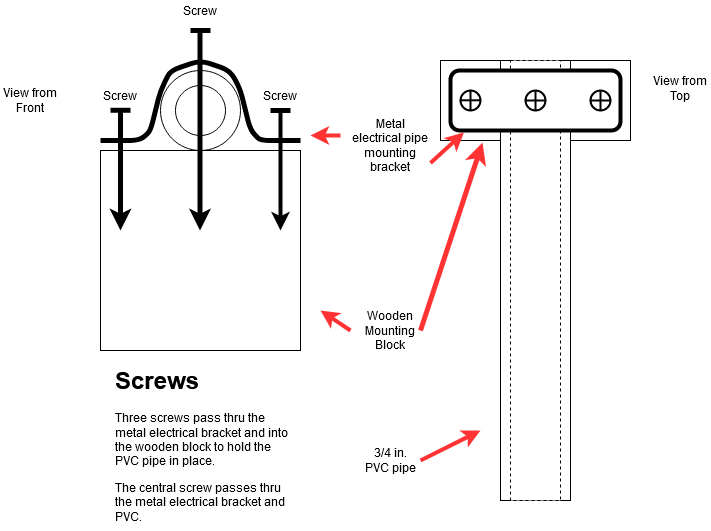
The draw.io diagram images/pvcAttachmentToWoodMountingBlock.png in TrackerLounge/LittleWing, before a commit. Source tidied: cells renumbered, new cells last; positions are measured from the earlier drawing's top-left corner, leaving out a move shared by most shapes. Source of this version:
```xml
<mxGraphModel>
  <root>
    <mxCell id="0" />
    <mxCell id="1" parent="0" />
    <mxCell id="2" style="ellipse;whiteSpace=wrap;html=1;" parent="1" vertex="1">
      <mxGeometry x="160" y="70" width="80" height="80" as="geometry" />
    </mxCell>
    <mxCell id="3" style="ellipse;whiteSpace=wrap;html=1;" parent="1" vertex="1">
      <mxGeometry x="175" y="85" width="50" height="50" as="geometry" />
    </mxCell>
    <mxCell id="4" style="whiteSpace=wrap;html=1;" parent="1" vertex="1">
      <mxGeometry x="100" y="150" width="200" height="200" as="geometry" />
    </mxCell>
    <mxCell id="5" style="endArrow=none;html=1;strokeWidth=5;" parent="1" edge="1">
      <mxGeometry relative="1" as="geometry">
        <mxPoint x="100" y="140" as="sourcePoint" />
        <mxPoint x="300" y="140" as="targetPoint" />
        <Array as="points">
          <mxPoint x="140" y="140" />
          <mxPoint x="150" y="130" />
          <mxPoint x="160" y="90" />
          <mxPoint x="170" y="70" />
          <mxPoint x="200" y="60" />
          <mxPoint x="230" y="70" />
          <mxPoint x="240" y="90" />
          <mxPoint x="250" y="130" />
          <mxPoint x="260" y="140" />
        </Array>
      </mxGeometry>
    </mxCell>
    <mxCell id="6" style="endArrow=classic;html=1;strokeWidth=4;" parent="1" edge="1">
      <mxGeometry relative="1" as="geometry">
        <mxPoint x="280" y="110" as="sourcePoint" />
        <mxPoint x="280" y="230" as="targetPoint" />
      </mxGeometry>
    </mxCell>
    <mxCell id="7" style="endArrow=classic;html=1;strokeWidth=5;" parent="1" edge="1">
      <mxGeometry relative="1" as="geometry">
        <mxPoint x="120" y="110" as="sourcePoint" />
        <mxPoint x="120" y="230" as="targetPoint" />
      </mxGeometry>
    </mxCell>
    <mxCell id="8" style="endArrow=classic;html=1;strokeWidth=5;" parent="1" edge="1">
      <mxGeometry relative="1" as="geometry">
        <mxPoint x="199.5" y="30" as="sourcePoint" />
        <mxPoint x="199.5" y="230" as="targetPoint" />
      </mxGeometry>
    </mxCell>
    <mxCell id="9" value="&lt;h1&gt;Screws&lt;br&gt;&lt;/h1&gt;&lt;p&gt;Three screws pass thru the metal electrical bracket and into the wooden block to hold the PVC pipe in place.&lt;/p&gt;&lt;p&gt;The central screw passes thru the metal electrical bracket and PVC.&lt;br&gt;&lt;/p&gt;" style="text;html=1;strokeColor=none;fillColor=none;spacing=5;spacingTop=-20;whiteSpace=wrap;overflow=hidden;rounded=0;" parent="1" vertex="1">
      <mxGeometry x="110" y="360" width="190" height="170" as="geometry" />
    </mxCell>
    <mxCell id="10" style="rounded=0;whiteSpace=wrap;html=1;" parent="1" vertex="1">
      <mxGeometry x="440" y="60" width="190" height="80" as="geometry" />
    </mxCell>
    <mxCell id="11" style="rounded=0;whiteSpace=wrap;html=1;" parent="1" vertex="1">
      <mxGeometry x="500" y="60" width="70" height="440" as="geometry" />
    </mxCell>
    <mxCell id="12" style="rounded=0;whiteSpace=wrap;html=1;strokeWidth=1;dashed=1;" parent="1" vertex="1">
      <mxGeometry x="510" y="60" width="50" height="440" as="geometry" />
    </mxCell>
    <mxCell id="13" style="rounded=1;whiteSpace=wrap;html=1;strokeWidth=4;" parent="1" vertex="1">
      <mxGeometry x="450" y="70" width="170" height="60" as="geometry" />
    </mxCell>
    <mxCell id="14" style="endArrow=classic;html=1;strokeWidth=4;strokeColor=#FF3333;" parent="1" edge="1">
      <mxGeometry relative="1" as="geometry">
        <mxPoint x="350" y="330" as="sourcePoint" />
        <mxPoint x="320" y="310" as="targetPoint" />
      </mxGeometry>
    </mxCell>
    <mxCell id="15" value="&lt;div&gt;Wooden &lt;br&gt;&lt;/div&gt;&lt;div&gt;Mounting Block&lt;br&gt;&lt;/div&gt;" style="text;html=1;strokeColor=none;fillColor=none;align=center;verticalAlign=middle;whiteSpace=wrap;rounded=0;dashed=1;" parent="1" vertex="1">
      <mxGeometry x="360" y="310" width="60" height="40" as="geometry" />
    </mxCell>
    <mxCell id="16" style="endArrow=classic;html=1;strokeColor=#FF3333;strokeWidth=4;exitX=1;exitY=0.5;exitDx=0;exitDy=0;" parent="1" edge="1" source="17">
      <mxGeometry relative="1" as="geometry">
        <mxPoint x="480" y="430" as="targetPoint" />
      </mxGeometry>
    </mxCell>
    <mxCell id="17" value="3/4 in. PVC pipe" style="text;html=1;strokeColor=none;fillColor=none;align=center;verticalAlign=middle;whiteSpace=wrap;rounded=0;dashed=1;" parent="1" vertex="1">
      <mxGeometry x="360" y="440" width="60" height="40" as="geometry" />
    </mxCell>
    <mxCell id="18" style="endArrow=classic;html=1;strokeColor=#FF3333;strokeWidth=4;" parent="1" edge="1">
      <mxGeometry relative="1" as="geometry">
        <mxPoint x="340" y="135" as="sourcePoint" />
        <mxPoint x="310" y="135" as="targetPoint" />
      </mxGeometry>
    </mxCell>
    <mxCell id="19" value="Metal electrical pipe mounting bracket" style="text;html=1;strokeColor=none;fillColor=none;align=center;verticalAlign=middle;whiteSpace=wrap;rounded=0;dashed=1;" parent="1" vertex="1">
      <mxGeometry x="350" y="110" width="80" height="70" as="geometry" />
    </mxCell>
    <mxCell id="20" style="endArrow=classic;html=1;strokeColor=#FF3333;strokeWidth=4;entryX=0.079;entryY=1.032;entryDx=0;entryDy=0;entryPerimeter=0;exitX=1;exitY=0.75;exitDx=0;exitDy=0;" parent="1" edge="1" source="19" target="13">
      <mxGeometry relative="1" as="geometry" />
    </mxCell>
    <mxCell id="21" style="ellipse;whiteSpace=wrap;html=1;strokeWidth=2;" parent="1" vertex="1">
      <mxGeometry x="460" y="90" width="20" height="20" as="geometry" />
    </mxCell>
    <mxCell id="22" style="ellipse;whiteSpace=wrap;html=1;strokeWidth=2;" parent="1" vertex="1">
      <mxGeometry x="590" y="90" width="20" height="20" as="geometry" />
    </mxCell>
    <mxCell id="23" style="ellipse;whiteSpace=wrap;html=1;strokeWidth=2;" parent="1" vertex="1">
      <mxGeometry x="525" y="90" width="20" height="20" as="geometry" />
    </mxCell>
    <mxCell id="24" style="endArrow=none;html=1;strokeColor=#000000;strokeWidth=2;" parent="1" edge="1">
      <mxGeometry relative="1" as="geometry">
        <mxPoint x="460" y="99.8" as="sourcePoint" />
        <mxPoint x="480" y="99.8" as="targetPoint" />
      </mxGeometry>
    </mxCell>
    <mxCell id="25" style="endArrow=none;html=1;strokeColor=#000000;strokeWidth=2;exitX=0;exitY=0.5;exitDx=0;exitDy=0;entryX=1;entryY=0.5;entryDx=0;entryDy=0;" parent="1" edge="1" source="23" target="23">
      <mxGeometry relative="1" as="geometry" />
    </mxCell>
    <mxCell id="26" style="endArrow=none;html=1;strokeColor=#000000;strokeWidth=2;entryX=1;entryY=0.5;entryDx=0;entryDy=0;exitX=0;exitY=0.5;exitDx=0;exitDy=0;" parent="1" edge="1" source="22" target="22">
      <mxGeometry relative="1" as="geometry" />
    </mxCell>
    <mxCell id="27" style="endArrow=none;html=1;strokeColor=#000000;strokeWidth=2;entryX=0.5;entryY=0;entryDx=0;entryDy=0;exitX=0.5;exitY=1;exitDx=0;exitDy=0;" parent="1" edge="1" source="21" target="21">
      <mxGeometry relative="1" as="geometry" />
    </mxCell>
    <mxCell id="28" style="endArrow=none;html=1;strokeColor=#000000;strokeWidth=2;entryX=0.5;entryY=0;entryDx=0;entryDy=0;exitX=0.5;exitY=1;exitDx=0;exitDy=0;" parent="1" edge="1" source="23" target="23">
      <mxGeometry relative="1" as="geometry" />
    </mxCell>
    <mxCell id="29" style="endArrow=none;html=1;strokeColor=#000000;strokeWidth=2;entryX=0.5;entryY=0;entryDx=0;entryDy=0;exitX=0.5;exitY=1;exitDx=0;exitDy=0;" parent="1" edge="1" source="22" target="22">
      <mxGeometry relative="1" as="geometry" />
    </mxCell>
    <mxCell id="30" style="endArrow=none;html=1;strokeColor=#000000;strokeWidth=5;" parent="1" edge="1">
      <mxGeometry relative="1" as="geometry">
        <mxPoint x="110" y="109.8" as="sourcePoint" />
        <mxPoint x="130" y="109.8" as="targetPoint" />
      </mxGeometry>
    </mxCell>
    <mxCell id="31" style="endArrow=none;html=1;strokeColor=#000000;strokeWidth=5;" parent="1" edge="1">
      <mxGeometry relative="1" as="geometry">
        <mxPoint x="190" y="30" as="sourcePoint" />
        <mxPoint x="210" y="30" as="targetPoint" />
      </mxGeometry>
    </mxCell>
    <mxCell id="32" style="endArrow=none;html=1;strokeColor=#000000;strokeWidth=5;" parent="1" edge="1">
      <mxGeometry relative="1" as="geometry">
        <mxPoint x="270" y="110" as="sourcePoint" />
        <mxPoint x="290" y="110" as="targetPoint" />
      </mxGeometry>
    </mxCell>
    <mxCell id="33" value="View from Front" style="text;html=1;strokeColor=none;fillColor=none;align=center;verticalAlign=middle;whiteSpace=wrap;rounded=0;" parent="1" vertex="1">
      <mxGeometry y="75" width="60" height="50" as="geometry" />
    </mxCell>
    <mxCell id="34" value="&lt;div&gt;View from &lt;br&gt;&lt;/div&gt;&lt;div&gt;Top&lt;/div&gt;&lt;div&gt;&lt;br&gt;&lt;/div&gt;" style="text;html=1;strokeColor=none;fillColor=none;align=center;verticalAlign=middle;whiteSpace=wrap;rounded=0;" parent="1" vertex="1">
      <mxGeometry x="650" y="70" width="60" height="50" as="geometry" />
    </mxCell>
    <mxCell id="35" value="Screw" style="text;html=1;strokeColor=none;fillColor=none;align=center;verticalAlign=middle;whiteSpace=wrap;rounded=0;" parent="1" vertex="1">
      <mxGeometry x="180" width="40" height="20" as="geometry" />
    </mxCell>
    <mxCell id="36" value="Screw" style="text;html=1;strokeColor=none;fillColor=none;align=center;verticalAlign=middle;whiteSpace=wrap;rounded=0;" parent="1" vertex="1">
      <mxGeometry x="100" y="85" width="40" height="20" as="geometry" />
    </mxCell>
    <mxCell id="37" value="Screw" style="text;html=1;strokeColor=none;fillColor=none;align=center;verticalAlign=middle;whiteSpace=wrap;rounded=0;" parent="1" vertex="1">
      <mxGeometry x="260" y="85" width="40" height="20" as="geometry" />
    </mxCell>
    <mxCell id="38" style="endArrow=classic;html=1;strokeColor=#FF3333;strokeWidth=5;exitX=1;exitY=0.5;exitDx=0;exitDy=0;entryX=0.221;entryY=1.025;entryDx=0;entryDy=0;entryPerimeter=0;" parent="1" edge="1" source="15" target="10">
      <mxGeometry relative="1" as="geometry" />
    </mxCell>
  </root>
</mxGraphModel>
```
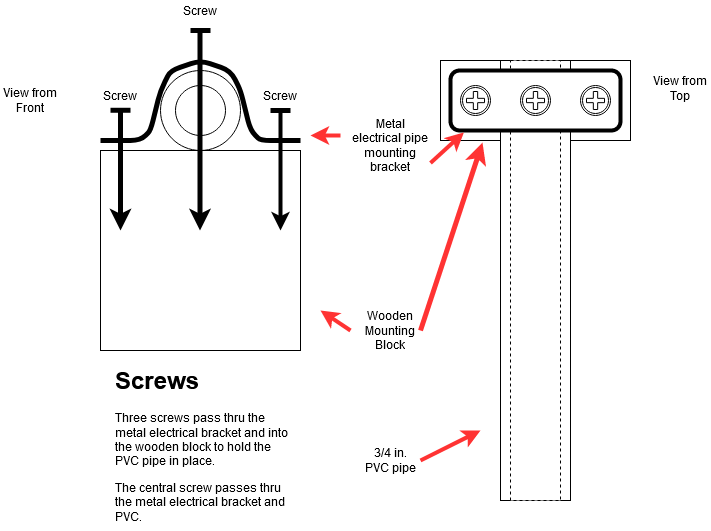
Later version of the same file.

What changed in the source:
```diff
@@ -90,71 +90,50 @@
     <mxCell id="20" style="endArrow=classic;html=1;strokeColor=#FF3333;strokeWidth=4;entryX=0.079;entryY=1.032;entryDx=0;entryDy=0;entryPerimeter=0;exitX=1;exitY=0.75;exitDx=0;exitDy=0;" parent="1" edge="1" source="19" target="13">
       <mxGeometry relative="1" as="geometry" />
     </mxCell>
-    <mxCell id="21" style="ellipse;whiteSpace=wrap;html=1;strokeWidth=2;" parent="1" vertex="1">
-      <mxGeometry x="460" y="90" width="20" height="20" as="geometry" />
+    <mxCell id="21" style="endArrow=none;html=1;strokeColor=#000000;strokeWidth=5;" parent="1" edge="1">
+      <mxGeometry relative="1" as="geometry">
+        <mxPoint x="110" y="109.8" as="sourcePoint" />
+        <mxPoint x="130" y="109.8" as="targetPoint" />
+      </mxGeometry>
     </mxCell>
-    <mxCell id="22" style="ellipse;whiteSpace=wrap;html=1;strokeWidth=2;" parent="1" vertex="1">
-      <mxGeometry x="590" y="90" width="20" height="20" as="geometry" />
+    <mxCell id="22" style="endArrow=none;html=1;strokeColor=#000000;strokeWidth=5;" parent="1" edge="1">
+      <mxGeometry relative="1" as="geometry">
+        <mxPoint x="190" y="30" as="sourcePoint" />
+        <mxPoint x="210" y="30" as="targetPoint" />
+      </mxGeometry>
     </mxCell>
-    <mxCell id="23" style="ellipse;whiteSpace=wrap;html=1;strokeWidth=2;" parent="1" vertex="1">
-      <mxGeometry x="525" y="90" width="20" height="20" as="geometry" />
+    <mxCell id="23" style="endArrow=none;html=1;strokeColor=#000000;strokeWidth=5;" parent="1" edge="1">
+      <mxGeometry relative="1" as="geometry">
+        <mxPoint x="270" y="110" as="sourcePoint" />
+        <mxPoint x="290" y="110" as="targetPoint" />
+      </mxGeometry>
     </mxCell>
-    <mxCell id="24" style="endArrow=none;html=1;strokeColor=#000000;strokeWidth=2;" parent="1" edge="1">
-      <mxGeometry relative="1" as="geometry">
-        <mxPoint x="460" y="99.8" as="sourcePoint" />
-        <mxPoint x="480" y="99.8" as="targetPoint" />
-      </mxGeometry>
+    <mxCell id="24" value="View from Front" style="text;html=1;strokeColor=none;fillColor=none;align=center;verticalAlign=middle;whiteSpace=wrap;rounded=0;" parent="1" vertex="1">
+      <mxGeometry y="75" width="60" height="50" as="geometry" />
     </mxCell>
-    <mxCell id="25" style="endArrow=none;html=1;strokeColor=#000000;strokeWidth=2;exitX=0;exitY=0.5;exitDx=0;exitDy=0;entryX=1;entryY=0.5;entryDx=0;entryDy=0;" parent="1" edge="1" source="23" target="23">
-      <mxGeometry relative="1" as="geometry" />
+    <mxCell id="25" value="&lt;div&gt;View from &lt;br&gt;&lt;/div&gt;&lt;div&gt;Top&lt;/div&gt;&lt;div&gt;&lt;br&gt;&lt;/div&gt;" style="text;html=1;strokeColor=none;fillColor=none;align=center;verticalAlign=middle;whiteSpace=wrap;rounded=0;" parent="1" vertex="1">
+      <mxGeometry x="650" y="70" width="60" height="50" as="geometry" />
     </mxCell>
-    <mxCell id="26" style="endArrow=none;html=1;strokeColor=#000000;strokeWidth=2;entryX=1;entryY=0.5;entryDx=0;entryDy=0;exitX=0;exitY=0.5;exitDx=0;exitDy=0;" parent="1" edge="1" source="22" target="22">
-      <mxGeometry relative="1" as="geometry" />
+    <mxCell id="26" value="Screw" style="text;html=1;strokeColor=none;fillColor=none;align=center;verticalAlign=middle;whiteSpace=wrap;rounded=0;" parent="1" vertex="1">
+      <mxGeometry x="180" width="40" height="20" as="geometry" />
     </mxCell>
-    <mxCell id="27" style="endArrow=none;html=1;strokeColor=#000000;strokeWidth=2;entryX=0.5;entryY=0;entryDx=0;entryDy=0;exitX=0.5;exitY=1;exitDx=0;exitDy=0;" parent="1" edge="1" source="21" target="21">
-      <mxGeometry relative="1" as="geometry" />
+    <mxCell id="27" value="Screw" style="text;html=1;strokeColor=none;fillColor=none;align=center;verticalAlign=middle;whiteSpace=wrap;rounded=0;" parent="1" vertex="1">
+      <mxGeometry x="100" y="85" width="40" height="20" as="geometry" />
     </mxCell>
-    <mxCell id="28" style="endArrow=none;html=1;strokeColor=#000000;strokeWidth=2;entryX=0.5;entryY=0;entryDx=0;entryDy=0;exitX=0.5;exitY=1;exitDx=0;exitDy=0;" parent="1" edge="1" source="23" target="23">
-      <mxGeometry relative="1" as="geometry" />
+    <mxCell id="28" value="Screw" style="text;html=1;strokeColor=none;fillColor=none;align=center;verticalAlign=middle;whiteSpace=wrap;rounded=0;" parent="1" vertex="1">
+      <mxGeometry x="260" y="85" width="40" height="20" as="geometry" />
     </mxCell>
-    <mxCell id="29" style="endArrow=none;html=1;strokeColor=#000000;strokeWidth=2;entryX=0.5;entryY=0;entryDx=0;entryDy=0;exitX=0.5;exitY=1;exitDx=0;exitDy=0;" parent="1" edge="1" source="22" target="22">
+    <mxCell id="29" style="endArrow=classic;html=1;strokeColor=#FF3333;strokeWidth=5;exitX=1;exitY=0.5;exitDx=0;exitDy=0;entryX=0.221;entryY=1.025;entryDx=0;entryDy=0;entryPerimeter=0;" parent="1" edge="1" source="15" target="10">
       <mxGeometry relative="1" as="geometry" />
     </mxCell>
-    <mxCell id="30" style="endArrow=none;html=1;strokeColor=#000000;strokeWidth=5;" parent="1" edge="1">
-      <mxGeometry relative="1" as="geometry">
-        <mxPoint x="110" y="109.8" as="sourcePoint" />
-        <mxPoint x="130" y="109.8" as="targetPoint" />
-      </mxGeometry>
+    <mxCell id="30" style="shape=mxgraph.bpmn.shape;html=1;verticalLabelPosition=bottom;labelBackgroundColor=#ffffff;verticalAlign=top;align=center;perimeter=ellipsePerimeter;outline=boundInt;symbol=parallelMultiple;" parent="1" vertex="1">
+      <mxGeometry x="460" y="85" width="30" height="30" as="geometry" />
     </mxCell>
-    <mxCell id="31" style="endArrow=none;html=1;strokeColor=#000000;strokeWidth=5;" parent="1" edge="1">
-      <mxGeometry relative="1" as="geometry">
-        <mxPoint x="190" y="30" as="sourcePoint" />
-        <mxPoint x="210" y="30" as="targetPoint" />
-      </mxGeometry>
+    <mxCell id="31" style="shape=mxgraph.bpmn.shape;html=1;verticalLabelPosition=bottom;labelBackgroundColor=#ffffff;verticalAlign=top;align=center;perimeter=ellipsePerimeter;outline=catching;symbol=parallelMultiple;" parent="1" vertex="1">
+      <mxGeometry x="520" y="85" width="30" height="30" as="geometry" />
     </mxCell>
-    <mxCell id="32" style="endArrow=none;html=1;strokeColor=#000000;strokeWidth=5;" parent="1" edge="1">
-      <mxGeometry relative="1" as="geometry">
-        <mxPoint x="270" y="110" as="sourcePoint" />
-        <mxPoint x="290" y="110" as="targetPoint" />
-      </mxGeometry>
+    <mxCell id="32" style="shape=mxgraph.bpmn.shape;html=1;verticalLabelPosition=bottom;labelBackgroundColor=#ffffff;verticalAlign=top;align=center;perimeter=ellipsePerimeter;outline=catching;symbol=parallelMultiple;" parent="1" vertex="1">
+      <mxGeometry x="580" y="85" width="30" height="30" as="geometry" />
     </mxCell>
-    <mxCell id="33" value="View from Front" style="text;html=1;strokeColor=none;fillColor=none;align=center;verticalAlign=middle;whiteSpace=wrap;rounded=0;" parent="1" vertex="1">
-      <mxGeometry y="75" width="60" height="50" as="geometry" />
-    </mxCell>
-    <mxCell id="34" value="&lt;div&gt;View from &lt;br&gt;&lt;/div&gt;&lt;div&gt;Top&lt;/div&gt;&lt;div&gt;&lt;br&gt;&lt;/div&gt;" style="text;html=1;strokeColor=none;fillColor=none;align=center;verticalAlign=middle;whiteSpace=wrap;rounded=0;" parent="1" vertex="1">
-      <mxGeometry x="650" y="70" width="60" height="50" as="geometry" />
-    </mxCell>
-    <mxCell id="35" value="Screw" style="text;html=1;strokeColor=none;fillColor=none;align=center;verticalAlign=middle;whiteSpace=wrap;rounded=0;" parent="1" vertex="1">
-      <mxGeometry x="180" width="40" height="20" as="geometry" />
-    </mxCell>
-    <mxCell id="36" value="Screw" style="text;html=1;strokeColor=none;fillColor=none;align=center;verticalAlign=middle;whiteSpace=wrap;rounded=0;" parent="1" vertex="1">
-      <mxGeometry x="100" y="85" width="40" height="20" as="geometry" />
-    </mxCell>
-    <mxCell id="37" value="Screw" style="text;html=1;strokeColor=none;fillColor=none;align=center;verticalAlign=middle;whiteSpace=wrap;rounded=0;" parent="1" vertex="1">
-      <mxGeometry x="260" y="85" width="40" height="20" as="geometry" />
-    </mxCell>
-    <mxCell id="38" style="endArrow=classic;html=1;strokeColor=#FF3333;strokeWidth=5;exitX=1;exitY=0.5;exitDx=0;exitDy=0;entryX=0.221;entryY=1.025;entryDx=0;entryDy=0;entryPerimeter=0;" parent="1" edge="1" source="15" target="10">
-      <mxGeometry relative="1" as="geometry" />
-    </mxCell>
   </root>
 </mxGraphModel>
```
